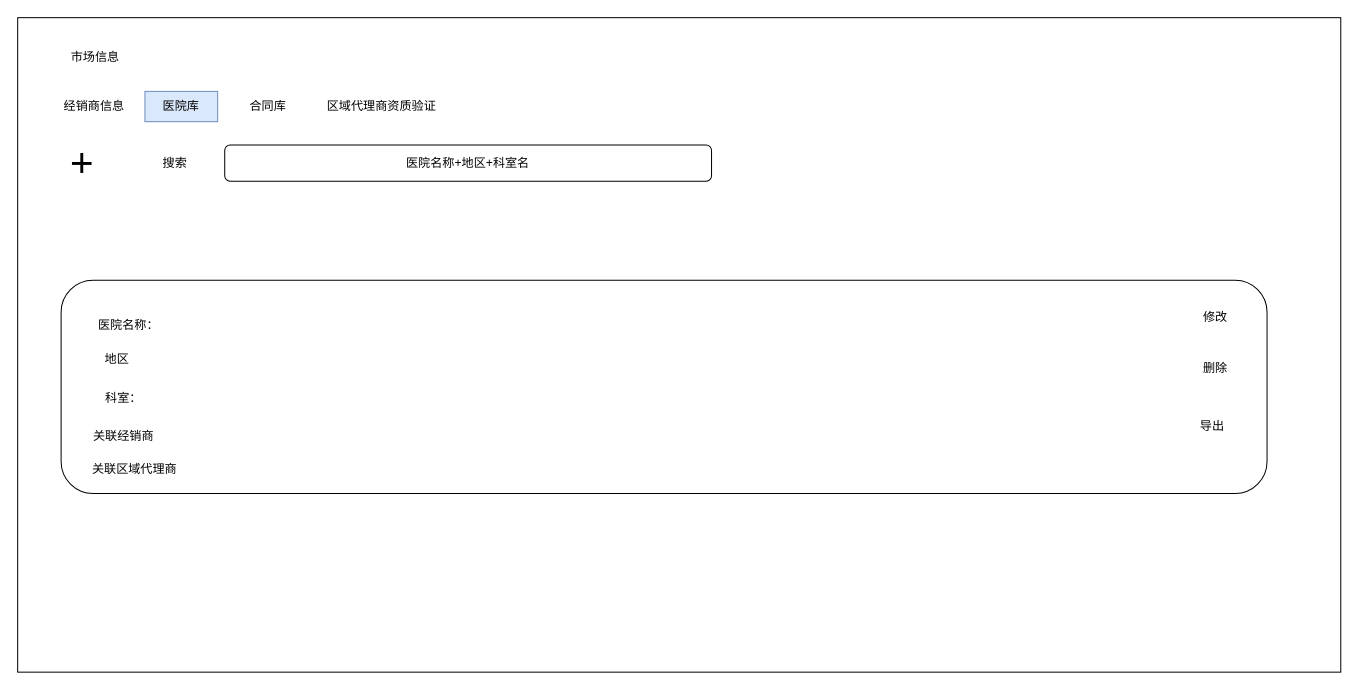
cangwang/news keeps this draw.io diagram as page "医院库" (2 of 6) of 泰加市场.drawio. Above is the earlier version. Source tidied: cells renumbered, new cells numbered last; positions are measured from the earlier drawing's top-left corner, leaving out a move shared by most shapes. Both pictures are drawn from the tidied source at 101%, with x=0, y=0 at pixel (17, 17).
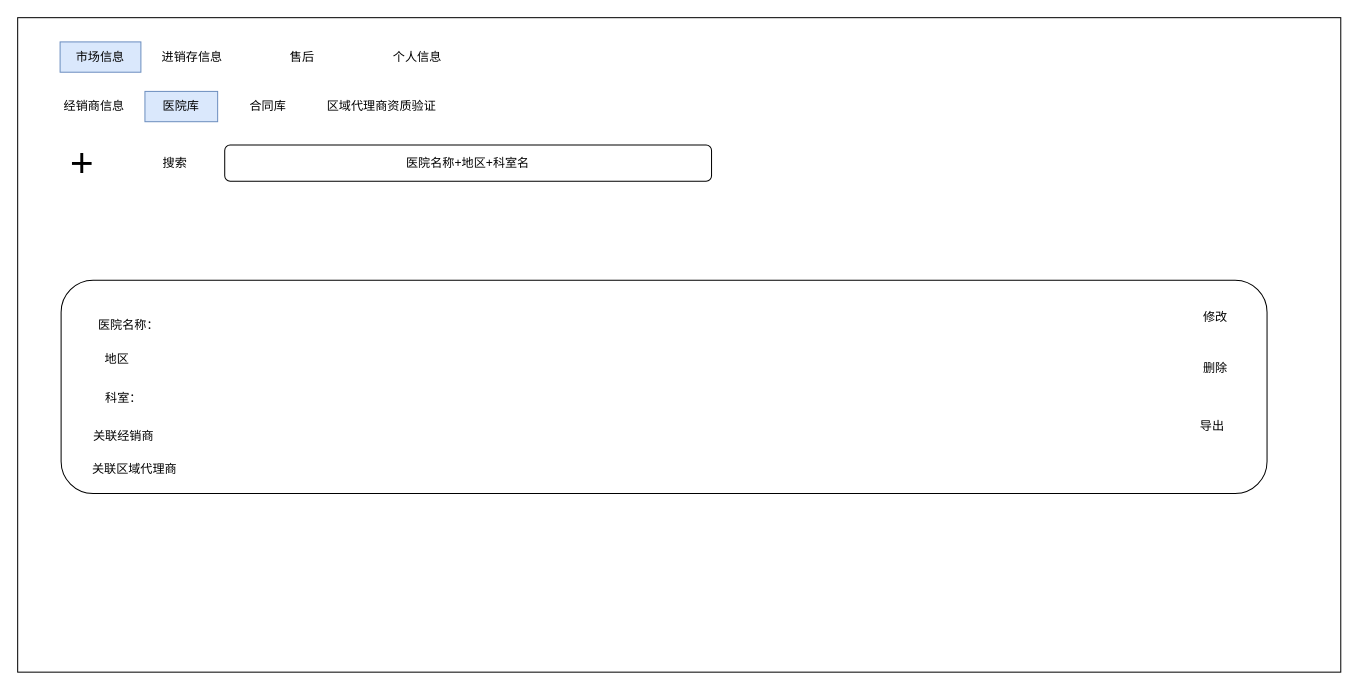
The same page after the edit.

Diff of the diagram source:
```diff
@@
-    <mxCell id="3" value="市场信息" style="text;html=1;strokeColor=none;fillColor=none;align=center;verticalAlign=middle;whiteSpace=wrap;rounded=0;" parent="1" vertex="1">
-      <mxGeometry x="37" y="24" width="80" height="30" as="geometry" />
-    </mxCell>
@@
+    <mxCell id="3" value="市场信息" style="text;html=1;strokeColor=#6c8ebf;fillColor=#dae8fc;align=center;verticalAlign=middle;whiteSpace=wrap;rounded=0;" parent="1" vertex="1">
+      <mxGeometry x="42" y="24" width="80" height="30" as="geometry" />
+    </mxCell>
+    <mxCell id="20" value="进销存信息" style="text;html=1;align=center;verticalAlign=middle;whiteSpace=wrap;rounded=0;" parent="1" vertex="1">
+      <mxGeometry x="133" y="24" width="80" height="30" as="geometry" />
+    </mxCell>
+    <mxCell id="21" value="售后" style="text;html=1;strokeColor=none;fillColor=none;align=center;verticalAlign=middle;whiteSpace=wrap;rounded=0;" parent="1" vertex="1">
+      <mxGeometry x="242" y="24" width="80" height="30" as="geometry" />
+    </mxCell>
+    <mxCell id="22" value="个人信息" style="text;html=1;strokeColor=none;fillColor=none;align=center;verticalAlign=middle;whiteSpace=wrap;rounded=0;" parent="1" vertex="1">
+      <mxGeometry x="356" y="24" width="80" height="30" as="geometry" />
+    </mxCell>
```
